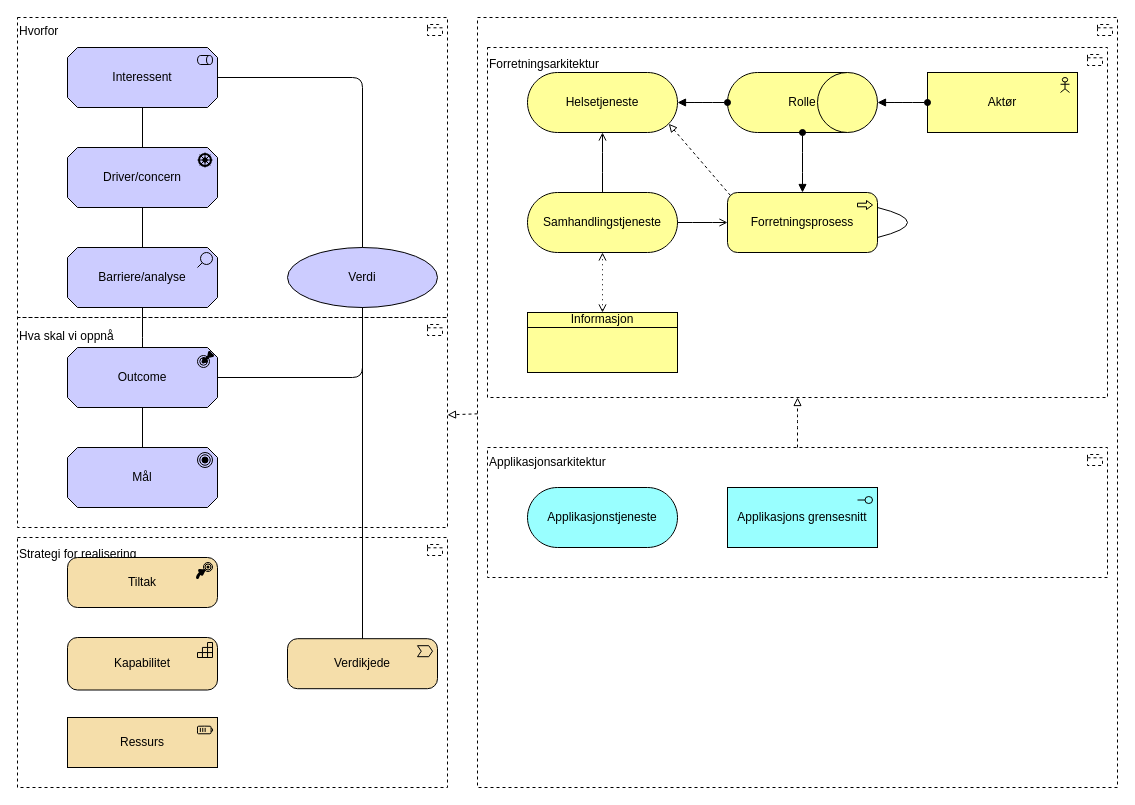
Above: page "arkitekturmotivasjon" (1 of 2) of docs/why/arkitektur-motivasjon.drawio in hdir/Digital-Forstelinje (draw.io), before the change. Source tidied: cells renumbered, new cells numbered last; positions are measured from the earlier drawing's top-left corner, leaving out a move shared by most shapes. Both pictures are drawn from the tidied source at 100%, with x=0, y=0 at pixel (17, 17).
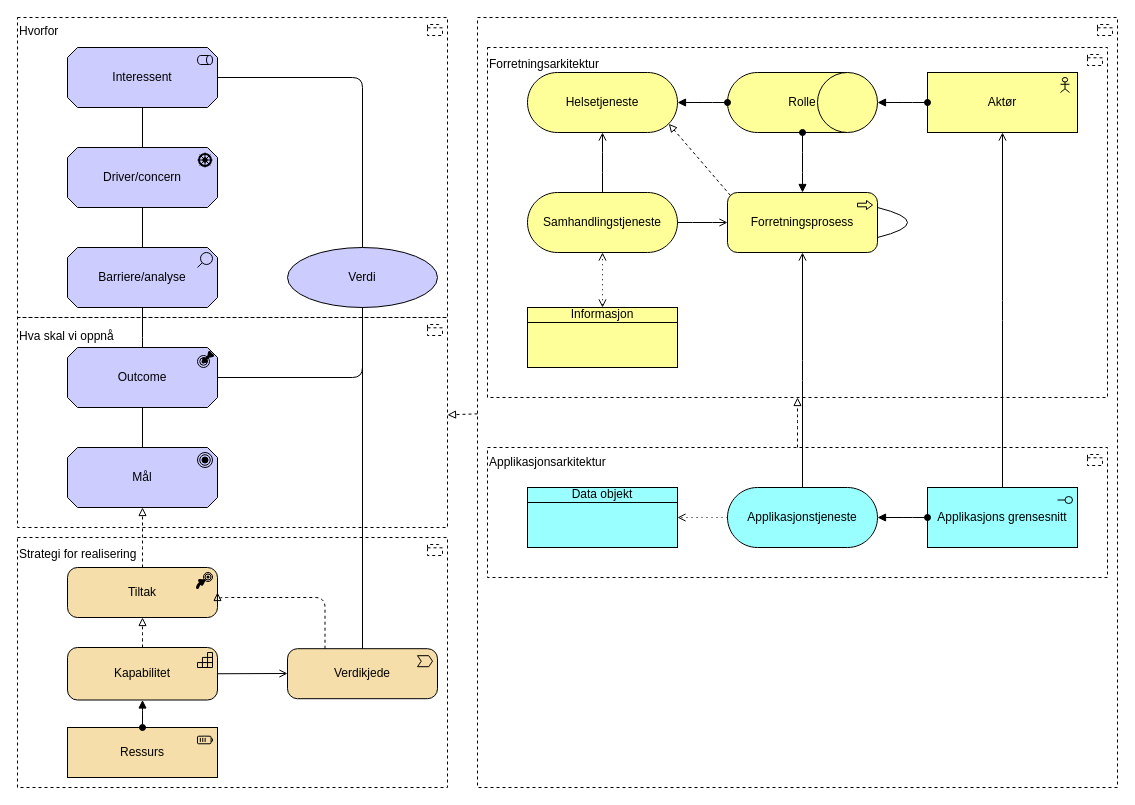
The same page after the edit.

Unchanged cells that the change refers to:
```xml
<mxCell id="14" value="Mål" style="html=1;outlineConnect=0;whiteSpace=wrap;fillColor=#CCCCFF;shape=mxgraph.archimate3.application;appType=goal;archiType=oct;" parent="1" vertex="1">
  <mxGeometry x="50" y="430" width="150" height="60" as="geometry" />
</mxCell>
<mxCell id="22" value="Forretningsprosess" style="html=1;outlineConnect=0;whiteSpace=wrap;fillColor=#ffff99;shape=mxgraph.archimate3.application;appType=proc;archiType=rounded;" parent="1" vertex="1">
  <mxGeometry x="710" y="175" width="150" height="60" as="geometry" />
</mxCell>
<mxCell id="23" value="Samhandlingstjeneste" style="html=1;outlineConnect=0;whiteSpace=wrap;fillColor=#ffff99;shape=mxgraph.archimate3.service;" parent="1" vertex="1">
  <mxGeometry x="510" y="175" width="150" height="60" as="geometry" />
</mxCell>
<mxCell id="24" value="Aktør" style="html=1;outlineConnect=0;whiteSpace=wrap;fillColor=#ffff99;shape=mxgraph.archimate3.application;appType=actor;archiType=square;" parent="1" vertex="1">
  <mxGeometry x="910" y="55" width="150" height="60" as="geometry" />
</mxCell>
```

What changed in the source:
```diff
@@
     <mxCell id="17" value="Verdikjede" style="html=1;outlineConnect=0;whiteSpace=wrap;fillColor=#F5DEAA;shape=mxgraph.archimate3.application;appType=valueStream;archiType=rounded;" parent="1" vertex="1">
-      <mxGeometry x="270" y="621.2" width="150" height="50" as="geometry" />
+      <mxGeometry x="270" y="631.2" width="150" height="50" as="geometry" />
     </mxCell>
     <mxCell id="18" value="Kapabilitet" style="html=1;outlineConnect=0;whiteSpace=wrap;fillColor=#F5DEAA;shape=mxgraph.archimate3.application;appType=capability;archiType=rounded;" parent="1" vertex="1">
-      <mxGeometry x="50" y="620" width="150" height="52.5" as="geometry" />
+      <mxGeometry x="50" y="630" width="150" height="52.5" as="geometry" />
     </mxCell>
     <mxCell id="19" value="Tiltak" style="html=1;outlineConnect=0;whiteSpace=wrap;fillColor=#F5DEAA;shape=mxgraph.archimate3.application;appType=course;archiType=rounded;" parent="1" vertex="1">
-      <mxGeometry x="50" y="540" width="150" height="50" as="geometry" />
+      <mxGeometry x="50" y="550" width="150" height="50" as="geometry" />
     </mxCell>
     <mxCell id="20" value="Ressurs" style="html=1;outlineConnect=0;whiteSpace=wrap;fillColor=#F5DEAA;shape=mxgraph.archimate3.application;appType=resource;archiType=square;" parent="1" vertex="1">
-      <mxGeometry x="50" y="700" width="150" height="50" as="geometry" />
+      <mxGeometry x="50" y="710" width="150" height="50" as="geometry" />
     </mxCell>
@@
     <mxCell id="29" value="Informasjon" style="html=1;outlineConnect=0;whiteSpace=wrap;fillColor=#ffff99;shape=mxgraph.archimate3.businessObject;overflow=fill;" parent="1" vertex="1">
-      <mxGeometry x="510" y="295" width="150" height="60" as="geometry" />
+      <mxGeometry x="510" y="290" width="150" height="60" as="geometry" />
     </mxCell>
@@
-    <mxCell id="31" style="edgeStyle=elbowEdgeStyle;html=1;endArrow=open;elbow=vertical;endFill=0;dashed=1;startArrow=open;startFill=0;dashPattern=1 4;entryX=0.5;entryY=1;entryDx=0;entryDy=0;entryPerimeter=0;exitX=0.5;exitY=0;exitDx=0;exitDy=0;exitPerimeter=0;" parent="1" edge="1" source="29" target="23">
+    <mxCell id="31" style="edgeStyle=elbowEdgeStyle;html=1;endArrow=open;elbow=vertical;endFill=0;dashed=1;startArrow=open;startFill=0;dashPattern=1 4;exitX=0.5;exitY=0;exitDx=0;exitDy=0;exitPerimeter=0;entryX=0.5;entryY=1;entryDx=0;entryDy=0;entryPerimeter=0;" parent="1" edge="1" source="29" target="23">
       <mxGeometry relative="1" as="geometry" />
     </mxCell>
@@
     <mxCell id="40" value="Applikasjons grensesnitt" style="html=1;outlineConnect=0;whiteSpace=wrap;fillColor=#99ffff;shape=mxgraph.archimate3.application;appType=interface;archiType=square;" parent="1" vertex="1">
-      <mxGeometry x="710" y="470" width="150" height="60" as="geometry" />
+      <mxGeometry x="910" y="470" width="150" height="60" as="geometry" />
     </mxCell>
     <mxCell id="41" value="Applikasjonstjeneste" style="html=1;outlineConnect=0;whiteSpace=wrap;fillColor=#99ffff;shape=mxgraph.archimate3.service;" parent="1" vertex="1">
-      <mxGeometry x="510" y="470" width="150" height="60" as="geometry" />
+      <mxGeometry x="710" y="470" width="150" height="60" as="geometry" />
     </mxCell>
@@
+    <mxCell id="43" style="edgeStyle=elbowEdgeStyle;html=1;endArrow=block;elbow=vertical;endFill=0;dashed=1;entryX=0.5;entryY=1;entryDx=0;entryDy=0;entryPerimeter=0;exitX=0.5;exitY=0;exitDx=0;exitDy=0;exitPerimeter=0;" parent="1" edge="1" source="19" target="14">
+      <mxGeometry relative="1" as="geometry" />
+    </mxCell>
+    <mxCell id="44" style="edgeStyle=elbowEdgeStyle;html=1;endArrow=block;elbow=vertical;endFill=0;dashed=1;entryX=0.5;entryY=1;entryDx=0;entryDy=0;entryPerimeter=0;exitX=0.5;exitY=0;exitDx=0;exitDy=0;exitPerimeter=0;" parent="1" edge="1" source="18" target="19">
+      <mxGeometry relative="1" as="geometry" />
+    </mxCell>
+    <mxCell id="45" style="edgeStyle=elbowEdgeStyle;html=1;endArrow=block;elbow=vertical;endFill=0;dashed=1;entryX=1;entryY=0.5;entryDx=0;entryDy=0;entryPerimeter=0;exitX=0.25;exitY=0;exitDx=0;exitDy=0;exitPerimeter=0;" parent="1" edge="1" source="17" target="19">
+      <mxGeometry relative="1" as="geometry">
+        <Array as="points">
+          <mxPoint x="260" y="580" />
+        </Array>
+      </mxGeometry>
+    </mxCell>
+    <mxCell id="46" style="edgeStyle=elbowEdgeStyle;html=1;endArrow=open;elbow=vertical;endFill=1;exitX=1;exitY=0.5;exitDx=0;exitDy=0;exitPerimeter=0;entryX=0;entryY=0.5;entryDx=0;entryDy=0;entryPerimeter=0;" parent="1" edge="1" source="18" target="17">
+      <mxGeometry relative="1" as="geometry" />
+    </mxCell>
+    <mxCell id="47" style="endArrow=block;html=1;endFill=1;startArrow=oval;startFill=1;edgeStyle=elbowEdgeStyle;elbow=vertical;entryX=0.5;entryY=1;entryDx=0;entryDy=0;entryPerimeter=0;exitX=0.5;exitY=0;exitDx=0;exitDy=0;exitPerimeter=0;" parent="1" edge="1" source="20" target="18">
+      <mxGeometry relative="1" as="geometry" />
+    </mxCell>
+    <mxCell id="48" style="endArrow=block;html=1;endFill=1;startArrow=oval;startFill=1;edgeStyle=elbowEdgeStyle;elbow=vertical;entryX=0;entryY=0;entryDx=150;entryDy=30;entryPerimeter=0;exitX=0;exitY=0.5;exitDx=0;exitDy=0;exitPerimeter=0;" parent="1" edge="1" source="40" target="41">
+      <mxGeometry relative="1" as="geometry" />
+    </mxCell>
+    <mxCell id="49" value="Data objekt" style="html=1;outlineConnect=0;whiteSpace=wrap;fillColor=#99ffff;shape=mxgraph.archimate3.businessObject;overflow=fill;" parent="1" vertex="1">
+      <mxGeometry x="510" y="470" width="150" height="60" as="geometry" />
+    </mxCell>
+    <mxCell id="50" style="edgeStyle=elbowEdgeStyle;html=1;endArrow=open;elbow=vertical;endFill=0;dashed=1;dashPattern=1 4;entryX=1;entryY=0.5;entryDx=0;entryDy=0;entryPerimeter=0;exitX=0;exitY=0;exitDx=0;exitDy=30;exitPerimeter=0;" parent="1" edge="1" source="41" target="49">
+      <mxGeometry relative="1" as="geometry" />
+    </mxCell>
+    <mxCell id="51" style="edgeStyle=elbowEdgeStyle;html=1;endArrow=open;elbow=vertical;endFill=1;entryX=0.5;entryY=1;entryDx=0;entryDy=0;entryPerimeter=0;exitX=0.5;exitY=0;exitDx=0;exitDy=0;exitPerimeter=0;" parent="1" edge="1" source="41" target="22">
+      <mxGeometry relative="1" as="geometry" />
+    </mxCell>
+    <mxCell id="52" style="edgeStyle=elbowEdgeStyle;html=1;endArrow=open;elbow=vertical;endFill=1;entryX=0.5;entryY=1;entryDx=0;entryDy=0;entryPerimeter=0;exitX=0.5;exitY=0;exitDx=0;exitDy=0;exitPerimeter=0;" parent="1" edge="1" source="40" target="24">
+      <mxGeometry relative="1" as="geometry" />
+    </mxCell>
```
